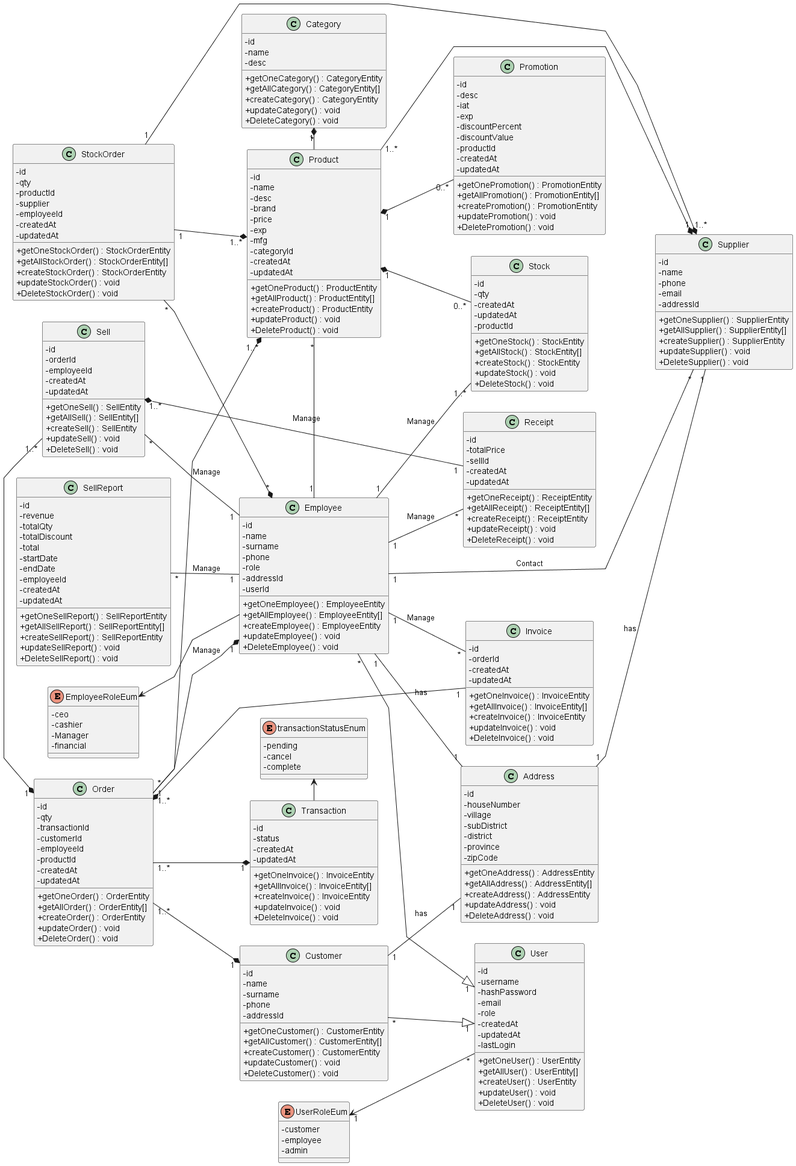
billowdev/inventory-system-plantuml-sequelize-seeder-example keeps this PlantUML diagram as out/system-analysis/class-diagram/class-diagram.png. Above is the earlier version.
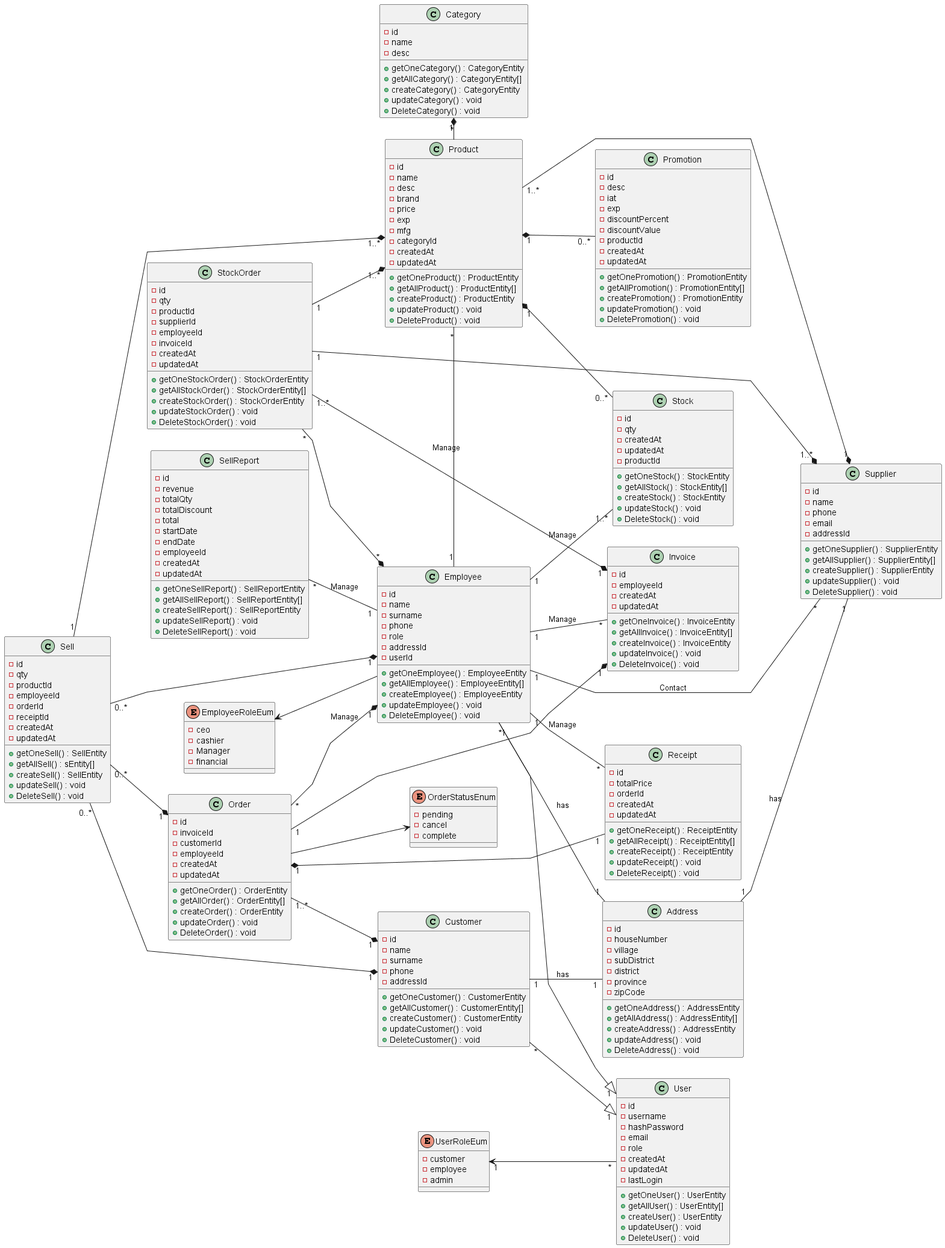
Above is the later version.

What changed in the source:
```diff
@@ -1,7 +1,7 @@
 @startuml
 skinparam linetype polyline
+
 left to right direction
-skinparam classAttributeIconSize 0
 
 class User {
     - id
@@ -159,7 +159,7 @@
 
 class Invoice {
     - id
-    - orderId
+    - employeeId
     - createdAt
     - updatedAt
 
@@ -172,11 +172,9 @@
 
 class Order {
     - id
-    - qty
-    - transactionId
+    - invoiceId
     - customerId
     - employeeId
-    - productId
     - createdAt
     - updatedAt
 
@@ -187,15 +185,24 @@
     + DeleteOrder() : void
 }
 
+enum OrderStatusEnum {
+    - pending
+    - cancel
+    - complete
+}
+
 class Sell {
     - id
+    - qty
+    - productId
+    - employeeId
     - orderId
-    - employeeId
+    - receiptId
     - createdAt
     - updatedAt
 
     + getOneSell() : SellEntity
-    + getAllSell() : SellEntity[]
+    + getAllSell() : sEntity[]
     + createSell() : SellEntity
     + updateSell() : void
     + DeleteSell() : void
@@ -204,7 +211,7 @@
 class Receipt {
     - id
     - totalPrice
-    - sellId
+    - orderId
     - createdAt
     - updatedAt
 
@@ -218,23 +225,6 @@
 }
 
 
-class Transaction {
-    - id
-    - status
-    - createdAt
-    - updatedAt
-
-    + getOneInvoice() : InvoiceEntity
-    + getAllInvoice() : InvoiceEntity[]
-    + createInvoice() : InvoiceEntity
-    + updateInvoice() : void
-    + DeleteInvoice() : void
-}
-enum transactionStatusEnum {
-    - pending
-    - cancel
-    - complete
-}
 
 class SellReport {
     - id
@@ -259,8 +249,9 @@
     - id
     - qty
     - productId
-    - supplier
+    - supplierId
     - employeeId
+    - invoiceId
     - createdAt
     - updatedAt
 
@@ -284,15 +275,21 @@
 Product "*" -left-* "1" Category
 Product "1..*" --* "1" Supplier
 
-Order "1..*" *-- "1" Invoice
 
-Sell "1..*" *-- "1" Receipt
-Sell "1..*" -right-* "1" Order
-Sell "*" -- "1" Employee : "Manage"
+Sell "0..*" --* "1" Employee
+Sell "0..*" --* "1" Customer
+
+Sell "0..*" --* "1" Order
+Sell "1" --* "1..*" Product
 
 
+
+
+Order "1" *-- "1" Receipt
 Order "1..*" --* "1" Customer
-Order "1" --* "1..*" Product
+Order --> OrderStatusEnum
+Order "1" --* "1" Invoice
+
 
 Employee  -up->  EmployeeRoleEum
 
@@ -302,9 +299,7 @@
 Employee "1" -- "*" Supplier : "Contact"
 Order "*" --* "1" Employee : "Manage"
 
-Order "1..*" --*  "1" Transaction
 
-Transaction  -left->  transactionStatusEnum
 
 Promotion "0..*" -up-* "1" Product
 
@@ -312,6 +307,7 @@
 Customer "1" -- "1" Address : "has"
 Employee "1" -- "1" Address : "has"
 
+StockOrder "1..*" --* "1" Invoice
 
 StockOrder "1" --* "1..*" Product
 StockOrder "*" --* "*" Employee
```
